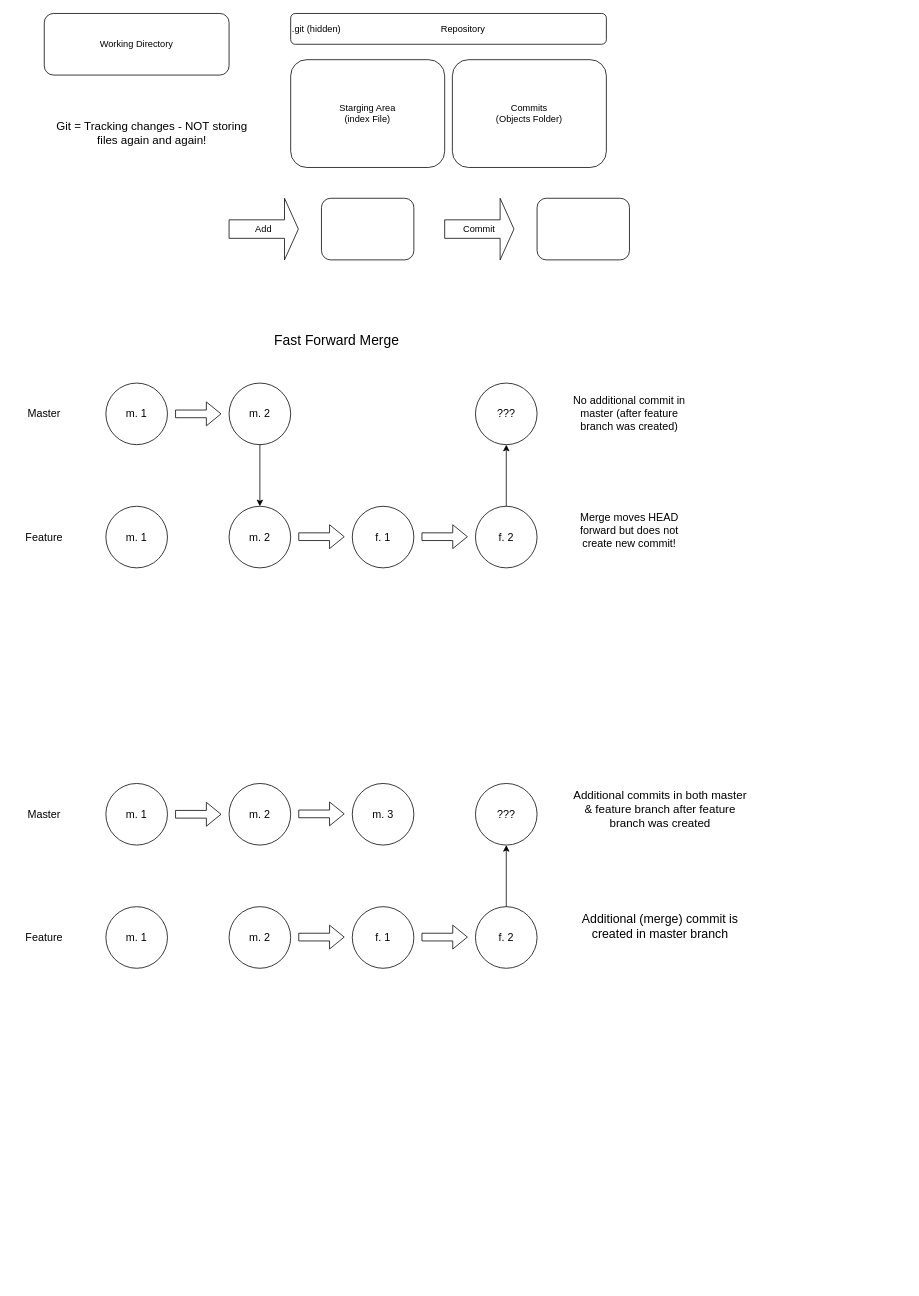
The draw.io diagram GitPractice.drawio in tyk1hc/drawio, before the edit. Source tidied: cells renumbered, new cells numbered last; positions are measured from the earlier drawing's top-left corner, leaving out a move shared by most shapes. Both pictures are drawn from the tidied source at 77%, with x=0, y=0 at pixel (13, 13).
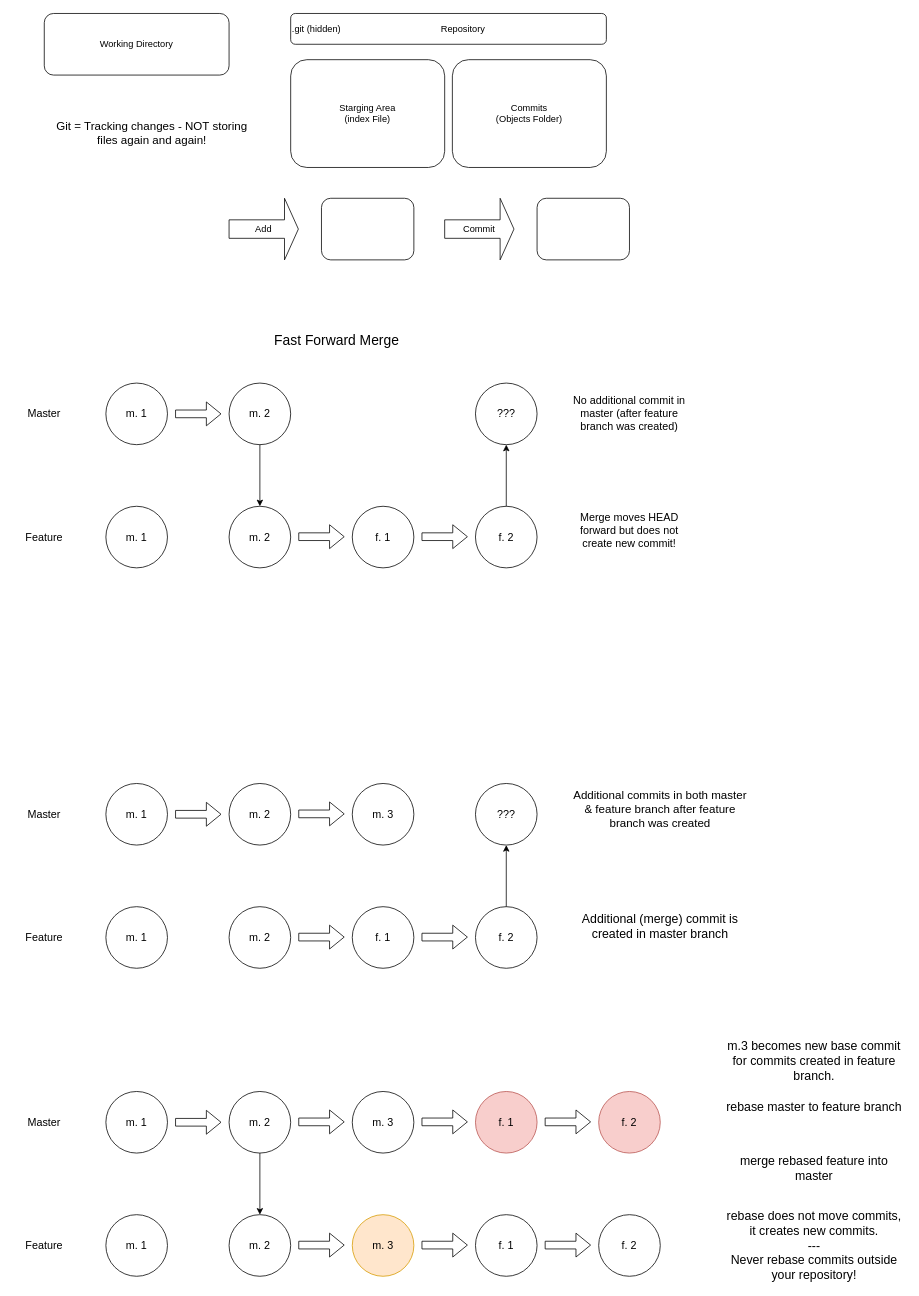
After the change.

Change to the diagram source:
```diff
@@
+    <mxCell id="45" value="Master" style="text;html=1;align=center;verticalAlign=middle;whiteSpace=wrap;rounded=0;fontSize=14;" parent="1" vertex="1">
+      <mxGeometry y="1420" width="80" height="40" as="geometry" />
+    </mxCell>
+    <mxCell id="46" value="&lt;font&gt;m. 1&lt;/font&gt;" style="ellipse;whiteSpace=wrap;html=1;fontSize=14;" parent="1" vertex="1">
+      <mxGeometry x="120" y="1400" width="80" height="80" as="geometry" />
+    </mxCell>
+    <mxCell id="47" value="&lt;font&gt;m. 2&lt;br&gt;&lt;/font&gt;" style="ellipse;whiteSpace=wrap;html=1;fontSize=14;" parent="1" vertex="1">
+      <mxGeometry x="280" y="1400" width="80" height="80" as="geometry" />
+    </mxCell>
+    <mxCell id="48" style="shape=flexArrow;endArrow=classic;html=1;rounded=0;" parent="1" edge="1">
+      <mxGeometry relative="1" as="geometry">
+        <mxPoint x="210" y="1440" as="sourcePoint" />
+        <mxPoint x="270" y="1440" as="targetPoint" />
+      </mxGeometry>
+    </mxCell>
+    <mxCell id="49" value="&lt;font&gt;m. 3&lt;br&gt;&lt;/font&gt;" style="ellipse;whiteSpace=wrap;html=1;fontSize=14;" parent="1" vertex="1">
+      <mxGeometry x="440" y="1400" width="80" height="80" as="geometry" />
+    </mxCell>
+    <mxCell id="50" style="shape=flexArrow;endArrow=classic;html=1;rounded=0;" parent="1" edge="1">
+      <mxGeometry relative="1" as="geometry">
+        <mxPoint x="370" y="1439.5" as="sourcePoint" />
+        <mxPoint x="430" y="1439.5" as="targetPoint" />
+      </mxGeometry>
+    </mxCell>
+    <mxCell id="51" value="Feature" style="text;html=1;align=center;verticalAlign=middle;whiteSpace=wrap;rounded=0;fontSize=14;" parent="1" vertex="1">
+      <mxGeometry y="1580" width="80" height="40" as="geometry" />
+    </mxCell>
+    <mxCell id="52" value="&lt;font&gt;m. 1&lt;/font&gt;" style="ellipse;whiteSpace=wrap;html=1;fontSize=14;" parent="1" vertex="1">
+      <mxGeometry x="120" y="1560" width="80" height="80" as="geometry" />
+    </mxCell>
+    <mxCell id="53" value="&lt;font&gt;m. 2&lt;br&gt;&lt;/font&gt;" style="ellipse;whiteSpace=wrap;html=1;fontSize=14;" parent="1" vertex="1">
+      <mxGeometry x="280" y="1560" width="80" height="80" as="geometry" />
+    </mxCell>
+    <mxCell id="54" style="shape=flexArrow;endArrow=classic;html=1;rounded=0;" parent="1" edge="1">
+      <mxGeometry relative="1" as="geometry">
+        <mxPoint x="370" y="1599.5" as="sourcePoint" />
+        <mxPoint x="430" y="1599.5" as="targetPoint" />
+      </mxGeometry>
+    </mxCell>
+    <mxCell id="55" value="&lt;font&gt;m. 3&lt;br&gt;&lt;/font&gt;" style="ellipse;whiteSpace=wrap;html=1;fontSize=14;fillColor=#ffe6cc;strokeColor=#d79b00;" parent="1" vertex="1">
+      <mxGeometry x="440" y="1560" width="80" height="80" as="geometry" />
+    </mxCell>
+    <mxCell id="56" style="endArrow=classic;html=1;rounded=0;" parent="1" edge="1" target="53">
+      <mxGeometry relative="1" as="geometry">
+        <mxPoint x="320" y="1480" as="sourcePoint" />
+      </mxGeometry>
+    </mxCell>
+    <mxCell id="57" value="&lt;font&gt;f. 1&lt;/font&gt;" style="ellipse;whiteSpace=wrap;html=1;fontSize=14;" parent="1" vertex="1">
+      <mxGeometry x="600" y="1560" width="80" height="80" as="geometry" />
+    </mxCell>
+    <mxCell id="58" value="&lt;font&gt;f. 2&lt;br&gt;&lt;/font&gt;" style="ellipse;whiteSpace=wrap;html=1;fontSize=14;" parent="1" vertex="1">
+      <mxGeometry x="760" y="1560" width="80" height="80" as="geometry" />
+    </mxCell>
+    <mxCell id="59" style="shape=flexArrow;endArrow=classic;html=1;rounded=0;" parent="1" edge="1">
+      <mxGeometry relative="1" as="geometry">
+        <mxPoint x="530" y="1599.5" as="sourcePoint" />
+        <mxPoint x="590" y="1599.5" as="targetPoint" />
+      </mxGeometry>
+    </mxCell>
+    <mxCell id="60" style="shape=flexArrow;endArrow=classic;html=1;rounded=0;" parent="1" edge="1">
+      <mxGeometry relative="1" as="geometry">
+        <mxPoint x="690" y="1599.5" as="sourcePoint" />
+        <mxPoint x="750" y="1599.5" as="targetPoint" />
+      </mxGeometry>
+    </mxCell>
+    <mxCell id="61" value="&lt;font&gt;f. 1&lt;/font&gt;" style="ellipse;whiteSpace=wrap;html=1;fontSize=14;fillColor=#f8cecc;strokeColor=#b85450;" parent="1" vertex="1">
+      <mxGeometry x="600" y="1400" width="80" height="80" as="geometry" />
+    </mxCell>
+    <mxCell id="62" value="&lt;font&gt;f. 2&lt;br&gt;&lt;/font&gt;" style="ellipse;whiteSpace=wrap;html=1;fontSize=14;fillColor=#f8cecc;strokeColor=#b85450;" parent="1" vertex="1">
+      <mxGeometry x="760" y="1400" width="80" height="80" as="geometry" />
+    </mxCell>
+    <mxCell id="63" style="shape=flexArrow;endArrow=classic;html=1;rounded=0;" parent="1" edge="1">
+      <mxGeometry relative="1" as="geometry">
+        <mxPoint x="530" y="1439.5" as="sourcePoint" />
+        <mxPoint x="590" y="1439.5" as="targetPoint" />
+      </mxGeometry>
+    </mxCell>
+    <mxCell id="64" style="shape=flexArrow;endArrow=classic;html=1;rounded=0;" parent="1" edge="1">
+      <mxGeometry relative="1" as="geometry">
+        <mxPoint x="690" y="1439.5" as="sourcePoint" />
+        <mxPoint x="750" y="1439.5" as="targetPoint" />
+      </mxGeometry>
+    </mxCell>
+    <mxCell id="65" value="m.3 becomes new base commit for commits created in feature branch." style="text;html=1;align=center;verticalAlign=middle;whiteSpace=wrap;rounded=0;fontSize=16;" parent="1" vertex="1">
+      <mxGeometry x="920" y="1320" width="240" height="80" as="geometry" />
+    </mxCell>
+    <mxCell id="66" value="rebase master to feature branch" style="text;html=1;align=center;verticalAlign=middle;whiteSpace=wrap;rounded=0;fontSize=16;" parent="1" vertex="1">
+      <mxGeometry x="920" y="1400" width="240" height="40" as="geometry" />
+    </mxCell>
+    <mxCell id="67" value="merge rebased feature into master" style="text;html=1;align=center;verticalAlign=middle;whiteSpace=wrap;rounded=0;fontSize=16;" parent="1" vertex="1">
+      <mxGeometry x="920" y="1480" width="240" height="40" as="geometry" />
+    </mxCell>
+    <mxCell id="68" value="&lt;div&gt;rebase does not move commits, it creates new commits.&lt;/div&gt;&lt;div&gt;---&lt;/div&gt;&lt;div&gt;Never rebase commits outside your repository!&lt;br&gt;&lt;/div&gt;" style="text;html=1;align=center;verticalAlign=middle;whiteSpace=wrap;rounded=0;fontSize=16;" parent="1" vertex="1">
+      <mxGeometry x="920" y="1560" width="240" height="80" as="geometry" />
+    </mxCell>
```
